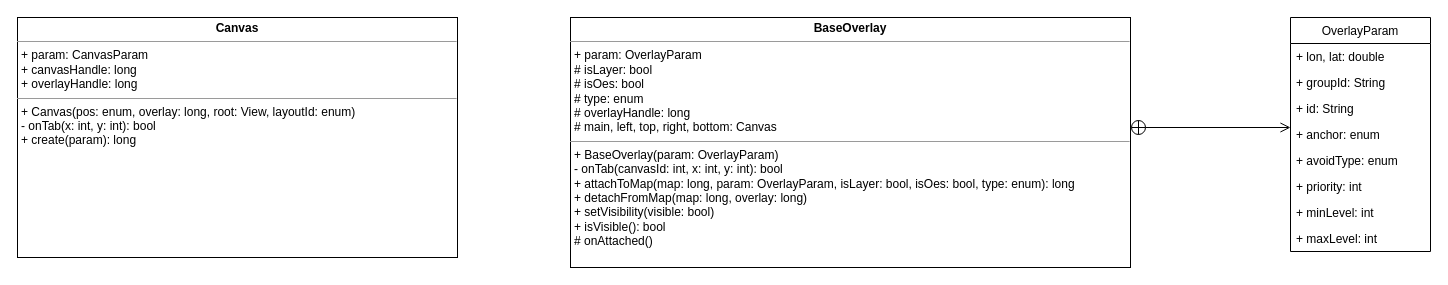
Before: page "第 2 页" (2 of 2) of extrodianry-map.drawio in wangziji/graphics, a draw.io diagram. Source tidied: cells renumbered, new cells numbered last; positions are measured from the earlier drawing's top-left corner, leaving out a move shared by most shapes. Both pictures are drawn from the tidied source at 100%, with x=0, y=0 at pixel (17, 17).
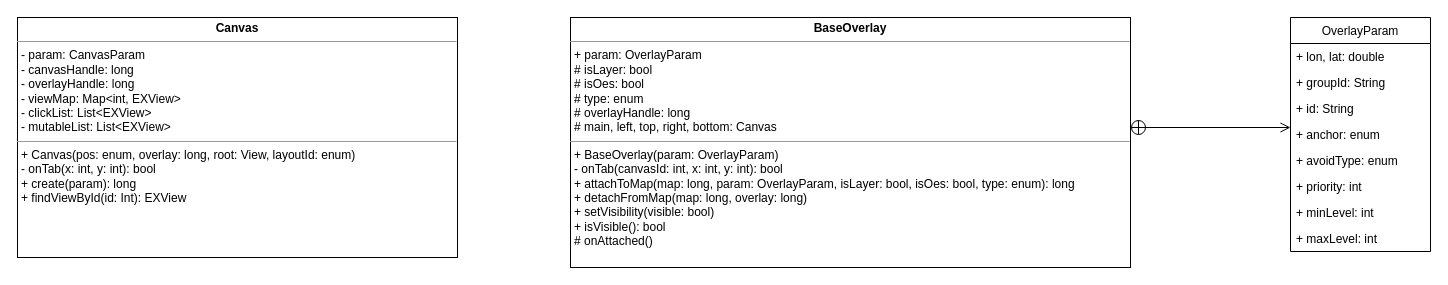
The same diagram, later.

The edit, as a diff of the source:
```diff
@@
 <mxGraphModel>
   <root>
     <mxCell id="0" />
     <mxCell id="1" parent="0" />
     <mxCell id="2" value="OverlayParam" style="swimlane;fontStyle=0;horizontal=1;startSize=26;fillColor=none;" parent="1" vertex="1">
       <mxGeometry x="1273" width="140" height="234" as="geometry" />
     </mxCell>
     <mxCell id="3" value="+ lon, lat: double" style="text;strokeColor=none;fillColor=none;align=left;verticalAlign=top;spacingLeft=4;spacingRight=4;overflow=hidden;" parent="2" vertex="1">
       <mxGeometry y="26" width="140" height="26" as="geometry" />
     </mxCell>
     <mxCell id="4" value="+ groupId: String" style="text;strokeColor=none;fillColor=none;align=left;verticalAlign=top;spacingLeft=4;spacingRight=4;overflow=hidden;" parent="2" vertex="1">
       <mxGeometry y="52" width="140" height="26" as="geometry" />
     </mxCell>
     <mxCell id="5" value="+ id: String" style="text;strokeColor=none;fillColor=none;align=left;verticalAlign=top;spacingLeft=4;spacingRight=4;overflow=hidden;" parent="2" vertex="1">
       <mxGeometry y="78" width="140" height="26" as="geometry" />
     </mxCell>
     <mxCell id="6" value="+ anchor: enum" style="text;strokeColor=none;fillColor=none;align=left;verticalAlign=top;spacingLeft=4;spacingRight=4;overflow=hidden;" parent="2" vertex="1">
       <mxGeometry y="104" width="140" height="26" as="geometry" />
     </mxCell>
     <mxCell id="7" value="+ avoidType: enum" style="text;strokeColor=none;fillColor=none;align=left;verticalAlign=top;spacingLeft=4;spacingRight=4;overflow=hidden;" parent="2" vertex="1">
       <mxGeometry y="130" width="140" height="26" as="geometry" />
     </mxCell>
     <mxCell id="8" value="+ priority: int" style="text;strokeColor=none;fillColor=none;align=left;verticalAlign=top;spacingLeft=4;spacingRight=4;overflow=hidden;" parent="2" vertex="1">
       <mxGeometry y="156" width="140" height="26" as="geometry" />
     </mxCell>
     <mxCell id="9" value="+ minLevel: int" style="text;strokeColor=none;fillColor=none;align=left;verticalAlign=top;spacingLeft=4;spacingRight=4;overflow=hidden;" parent="2" vertex="1">
       <mxGeometry y="182" width="140" height="26" as="geometry" />
     </mxCell>
     <mxCell id="10" value="+ maxLevel: int" style="text;strokeColor=none;fillColor=none;align=left;verticalAlign=top;spacingLeft=4;spacingRight=4;overflow=hidden;" parent="2" vertex="1">
       <mxGeometry y="208" width="140" height="26" as="geometry" />
     </mxCell>
     <mxCell id="11" value="&lt;p style=&quot;margin:0px;margin-top:4px;text-align:center;&quot;&gt;&lt;b&gt;BaseOverlay&lt;/b&gt;&lt;/p&gt;&lt;hr size=&quot;1&quot;&gt;&lt;p style=&quot;margin:0px;margin-left:4px;&quot;&gt;+ param: OverlayParam&lt;/p&gt;&lt;p style=&quot;margin:0px;margin-left:4px;&quot;&gt;# isLayer: bool&lt;/p&gt;&lt;p style=&quot;margin:0px;margin-left:4px;&quot;&gt;# isOes: bool&lt;/p&gt;&lt;p style=&quot;margin:0px;margin-left:4px;&quot;&gt;# type: enum&lt;/p&gt;&lt;p style=&quot;margin:0px;margin-left:4px;&quot;&gt;# overlayHandle: long&lt;/p&gt;&lt;p style=&quot;margin:0px;margin-left:4px;&quot;&gt;# main, left, top, right, bottom: Canvas&lt;/p&gt;&lt;hr size=&quot;1&quot;&gt;&lt;p style=&quot;margin:0px;margin-left:4px;&quot;&gt;+ BaseOverlay(param: OverlayParam)&lt;/p&gt;&lt;p style=&quot;margin:0px;margin-left:4px;&quot;&gt;- onTab(canvasId: int, x: int, y: int): bool&lt;/p&gt;&lt;p style=&quot;margin:0px;margin-left:4px;&quot;&gt;+ attachToMap(map: long, param: OverlayParam, isLayer: bool, isOes: bool, type: enum): long&lt;/p&gt;&lt;p style=&quot;margin:0px;margin-left:4px;&quot;&gt;+ detachFromMap(map: long, overlay: long)&lt;/p&gt;&lt;p style=&quot;margin:0px;margin-left:4px;&quot;&gt;+ setVisibility&lt;span style=&quot;background-color: initial;&quot;&gt;(visible: bool)&lt;/span&gt;&lt;/p&gt;&lt;p style=&quot;margin:0px;margin-left:4px;&quot;&gt;+ isVisible(): bool&lt;/p&gt;&lt;p style=&quot;margin:0px;margin-left:4px;&quot;&gt;# onAttached()&lt;/p&gt;&lt;p style=&quot;margin:0px;margin-left:4px;&quot;&gt;&lt;br&gt;&lt;/p&gt;" style="verticalAlign=top;align=left;overflow=fill;fontSize=12;fontFamily=Helvetica;html=1;" parent="1" vertex="1">
       <mxGeometry x="553" width="560" height="250" as="geometry" />
     </mxCell>
     <mxCell id="12" style="endArrow=open;startArrow=circlePlus;endFill=0;startFill=0;endSize=8;html=1;rounded=0;" parent="1" edge="1">
       <mxGeometry relative="1" as="geometry">
         <mxPoint x="1113" y="110" as="sourcePoint" />
         <mxPoint x="1273" y="110" as="targetPoint" />
       </mxGeometry>
     </mxCell>
-    <mxCell id="13" value="&lt;p style=&quot;margin:0px;margin-top:4px;text-align:center;&quot;&gt;&lt;b&gt;Canvas&lt;/b&gt;&lt;/p&gt;&lt;hr size=&quot;1&quot;&gt;&lt;p style=&quot;margin:0px;margin-left:4px;&quot;&gt;+ param: CanvasParam&lt;/p&gt;&lt;p style=&quot;margin:0px;margin-left:4px;&quot;&gt;+ canvasHandle: long&lt;/p&gt;&lt;p style=&quot;margin:0px;margin-left:4px;&quot;&gt;+ overlayHandle: long&lt;/p&gt;&lt;hr size=&quot;1&quot;&gt;&lt;p style=&quot;margin:0px;margin-left:4px;&quot;&gt;+ Canvas(pos: enum, overlay: long, root: View, layoutId: enum)&lt;/p&gt;&lt;p style=&quot;margin:0px;margin-left:4px;&quot;&gt;- onTab(x: int, y: int): bool&lt;/p&gt;&lt;p style=&quot;margin:0px;margin-left:4px;&quot;&gt;+ create(param): long&lt;/p&gt;" style="verticalAlign=top;align=left;overflow=fill;fontSize=12;fontFamily=Helvetica;html=1;" parent="1" vertex="1">
+    <mxCell id="13" value="&lt;p style=&quot;margin:0px;margin-top:4px;text-align:center;&quot;&gt;&lt;b&gt;Canvas&lt;/b&gt;&lt;/p&gt;&lt;hr size=&quot;1&quot;&gt;&lt;p style=&quot;margin:0px;margin-left:4px;&quot;&gt;- param: CanvasParam&lt;/p&gt;&lt;p style=&quot;margin:0px;margin-left:4px;&quot;&gt;&lt;span style=&quot;background-color: initial;&quot;&gt;- canvasHandle: long&lt;/span&gt;&lt;/p&gt;&lt;p style=&quot;margin:0px;margin-left:4px;&quot;&gt;- overlayHandle: long&lt;/p&gt;&lt;p style=&quot;margin:0px;margin-left:4px;&quot;&gt;- viewMap: Map&amp;lt;int, EXView&amp;gt;&lt;/p&gt;&lt;p style=&quot;margin:0px;margin-left:4px;&quot;&gt;- clickList: List&amp;lt;EXView&amp;gt;&lt;/p&gt;&lt;p style=&quot;margin:0px;margin-left:4px;&quot;&gt;- mutableList: List&amp;lt;EXView&amp;gt;&amp;nbsp;&lt;/p&gt;&lt;hr size=&quot;1&quot;&gt;&lt;p style=&quot;margin:0px;margin-left:4px;&quot;&gt;+ Canvas(pos: enum, overlay: long, root: View, layoutId: enum)&lt;/p&gt;&lt;p style=&quot;margin:0px;margin-left:4px;&quot;&gt;- onTab(x: int, y: int): bool&lt;/p&gt;&lt;p style=&quot;margin:0px;margin-left:4px;&quot;&gt;+ create(param): long&lt;/p&gt;&lt;p style=&quot;margin:0px;margin-left:4px;&quot;&gt;+ findViewById(id: Int): EXView&lt;/p&gt;" style="verticalAlign=top;align=left;overflow=fill;fontSize=12;fontFamily=Helvetica;html=1;" parent="1" vertex="1">
       <mxGeometry width="440" height="240" as="geometry" />
     </mxCell>
   </root>
 </mxGraphModel>
```
